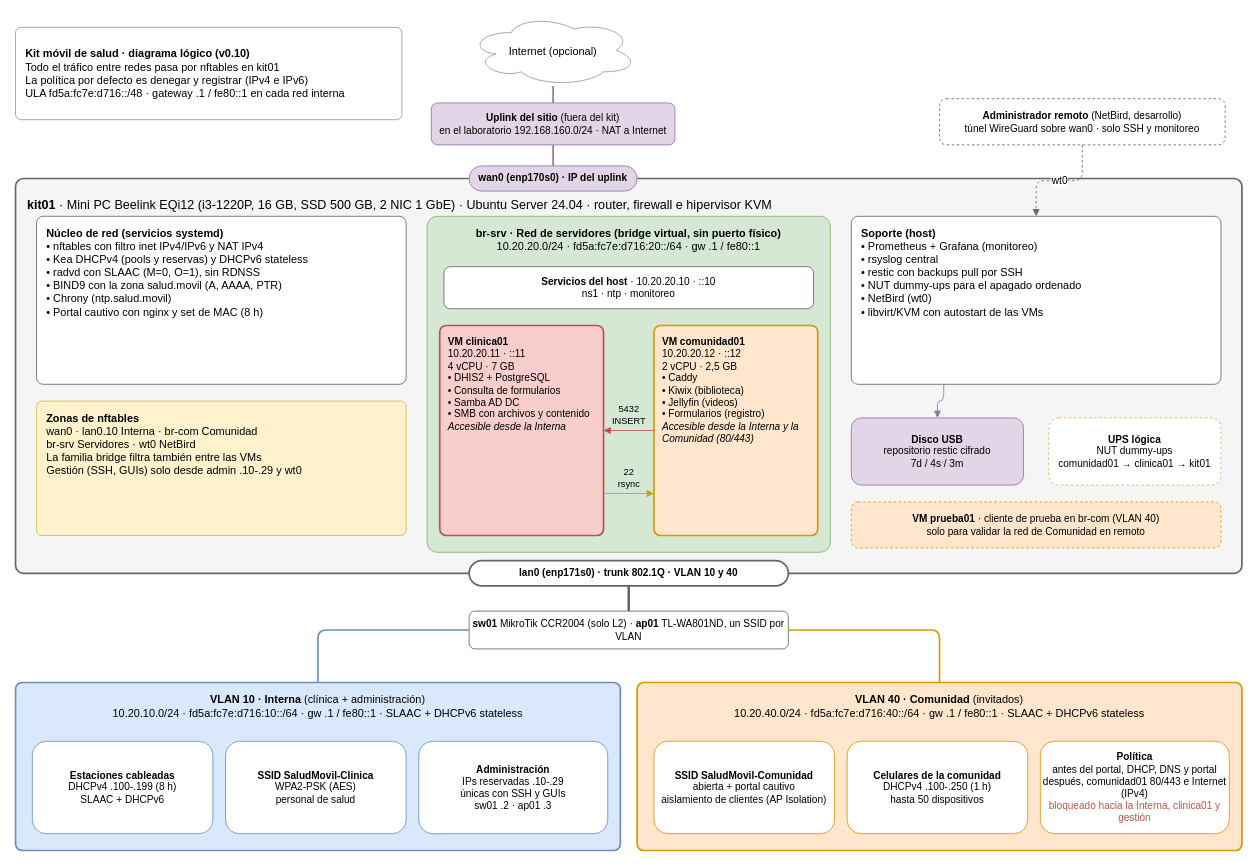
Above: diagramas/diagrama-logico.drawio in kitsalud-movil-plats1/docs (draw.io), before the change. Source tidied: cells renumbered, new cells numbered last; positions are measured from the earlier drawing's top-left corner, leaving out a move shared by most shapes. Both pictures are drawn from the tidied source at 84%, with x=0, y=0 at pixel (15, 14).
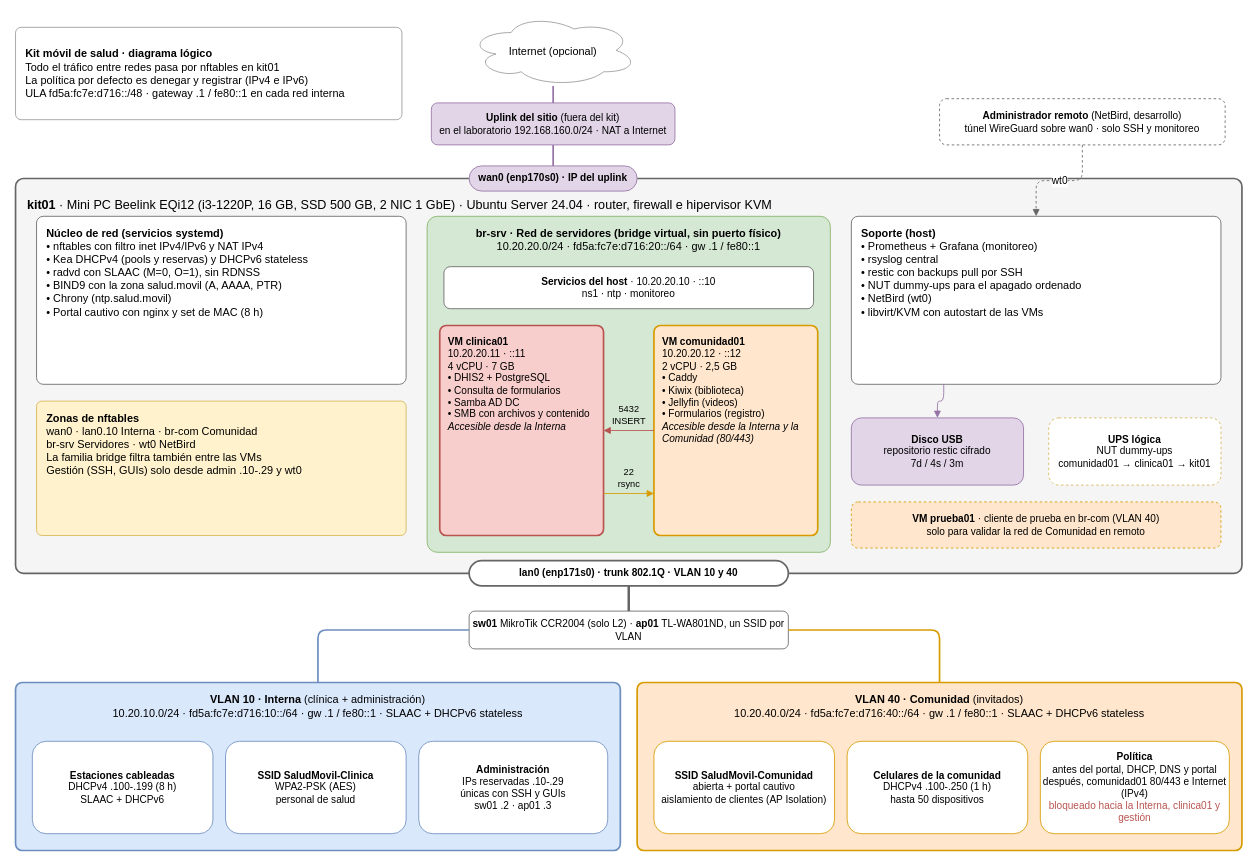
Above is the later version.

Commit message (it also covers changes not shown here):
Convierte el documento de arquitectura en un entregable limpio

Change to the diagram source:
```diff
@@
-    <mxCell id="2" value="&lt;b&gt;Kit móvil de salud · diagrama lógico (v0.10)&lt;/b&gt;&lt;br&gt;Todo el tráfico entre redes pasa por nftables en kit01&lt;br&gt;La política por defecto es denegar y registrar (IPv4 e IPv6)&lt;br&gt;ULA fd5a:fc7e:d716::/48 · gateway .1 / fe80::1 en cada red interna" style="rounded=1;arcSize=6;whiteSpace=wrap;html=1;align=left;spacingLeft=10;fillColor=#FFFFFF;strokeColor=#999999;fontSize=13;" parent="1" vertex="1">
+    <mxCell id="2" value="&lt;b&gt;Kit móvil de salud · diagrama lógico&lt;/b&gt;&lt;br&gt;Todo el tráfico entre redes pasa por nftables en kit01&lt;br&gt;La política por defecto es denegar y registrar (IPv4 e IPv6)&lt;br&gt;ULA fd5a:fc7e:d716::/48 · gateway .1 / fe80::1 en cada red interna" style="rounded=1;arcSize=6;whiteSpace=wrap;html=1;align=left;spacingLeft=10;fillColor=#FFFFFF;strokeColor=#999999;fontSize=13;" parent="1" vertex="1">
       <mxGeometry y="15" width="460" height="110" as="geometry" />
     </mxCell>
```
